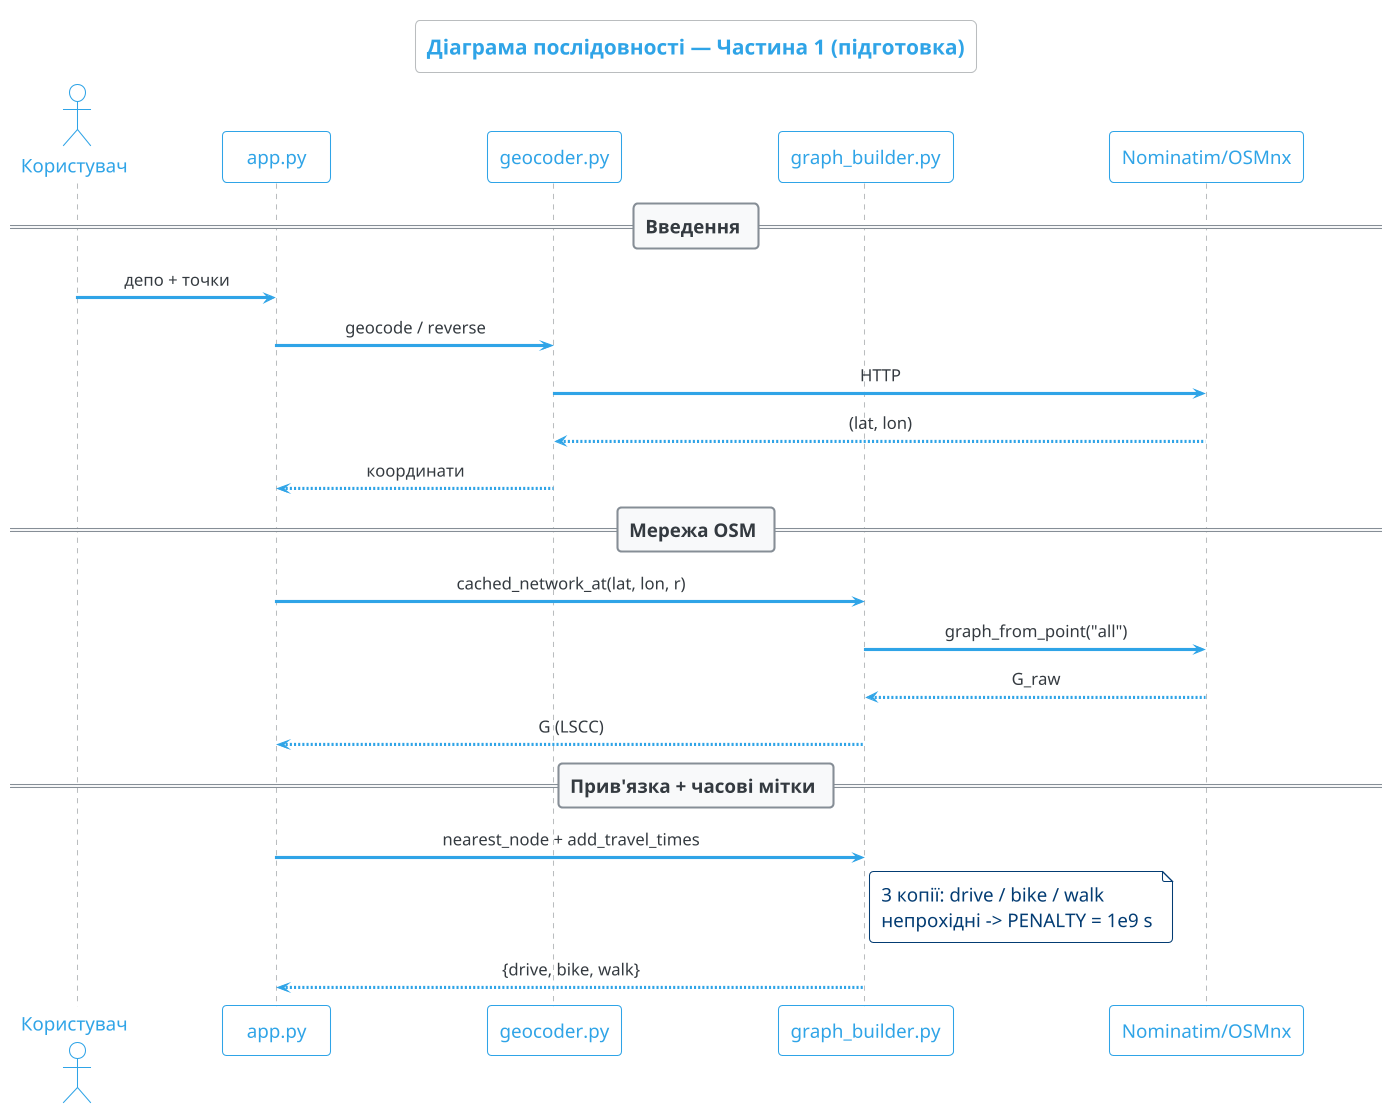
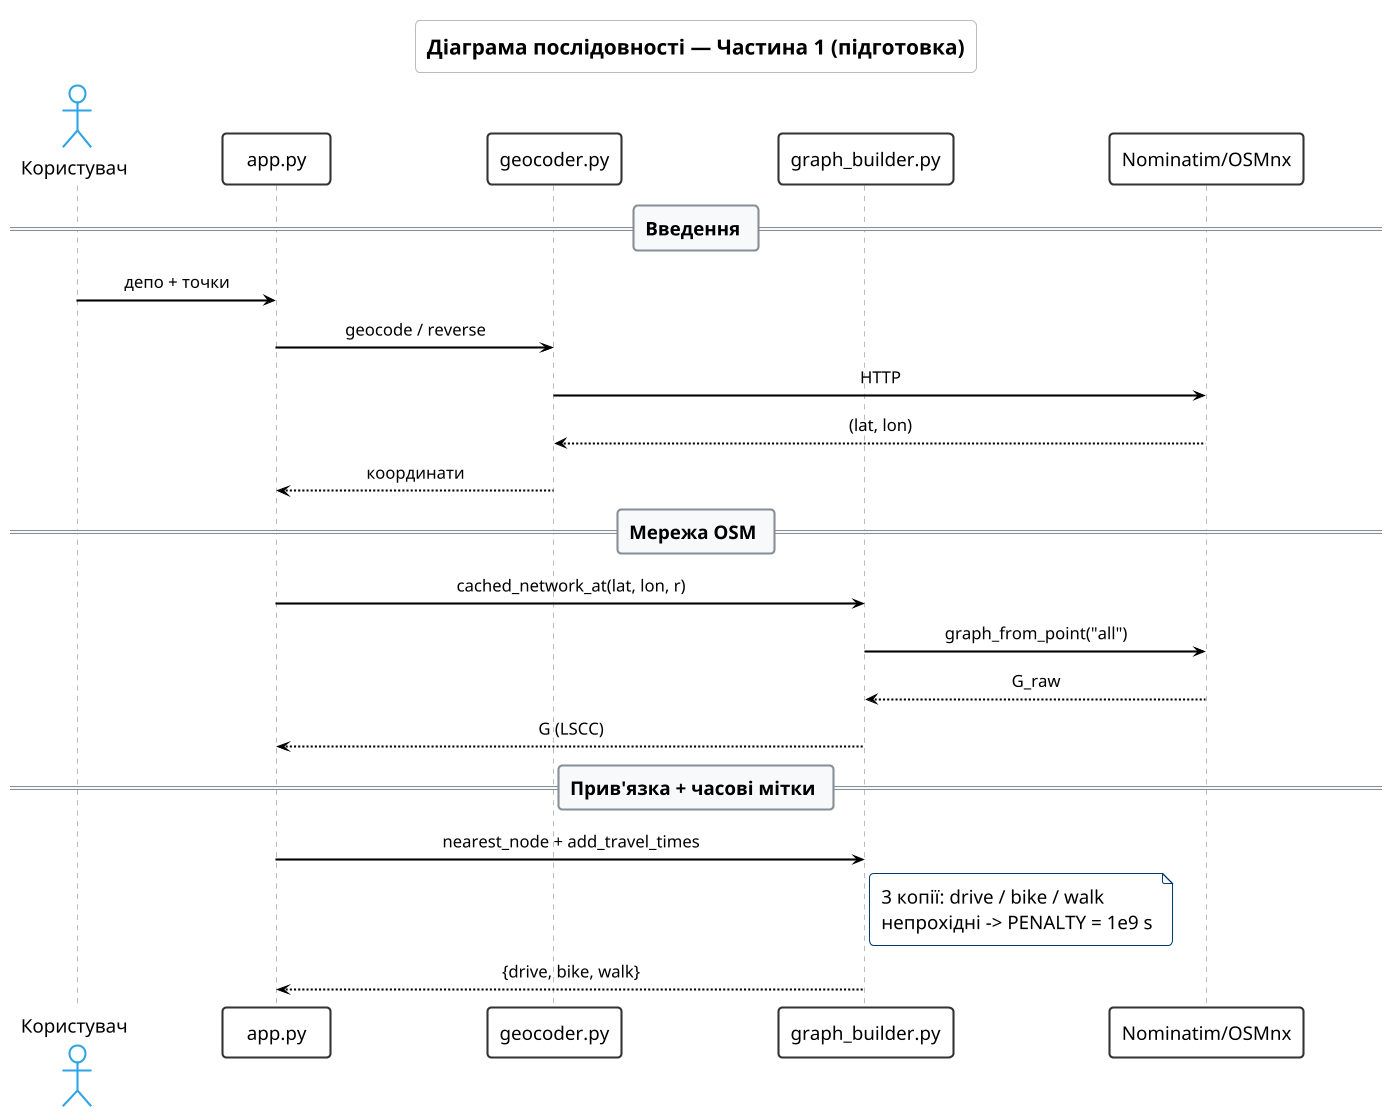
@startuml DeliveryIQ_SequenceDiagram
!theme cerulean-outline
skinparam sequenceMessageAlign center
skinparam defaultFontSize 18
skinparam ParticipantPadding 70
skinparam BoxPadding 16
skinparam ArrowFontSize 16
skinparam minClassWidth 90
+ skinparam ArrowThickness 2
+ skinparam ParticipantBorderThickness 2
+ skinparam ActorBorderThickness 2
+ skinparam LifeLineBorderThickness 1.5
+ skinparam ArrowColor #000000
+ skinparam ParticipantBorderColor #333333
+ skinparam LifeLineBorderColor #000000
+ skinparam DefaultFontColor #000000

title Діаграма послідовності — Частина 1 (підготовка)

actor       "Користувач" as U
participant "app.py"           as A
participant "geocoder.py"      as G
participant "graph_builder.py" as B
participant "Nominatim/OSMnx"  as X

== Введення ==
U -> A : депо + точки
A -> G : geocode / reverse
G -> X : HTTP
X --> G : (lat, lon)
G --> A : координати

== Мережа OSM ==
A -> B : cached_network_at(lat, lon, r)
B -> X : graph_from_point("all")
X --> B : G_raw
B --> A : G (LSCC)

== Прив'язка + часові мітки ==
A -> B : nearest_node + add_travel_times
note right of B : 3 копії: drive / bike / walk\nнепрохідні -> PENALTY = 1e9 s
B --> A : {drive, bike, walk}

@enduml
